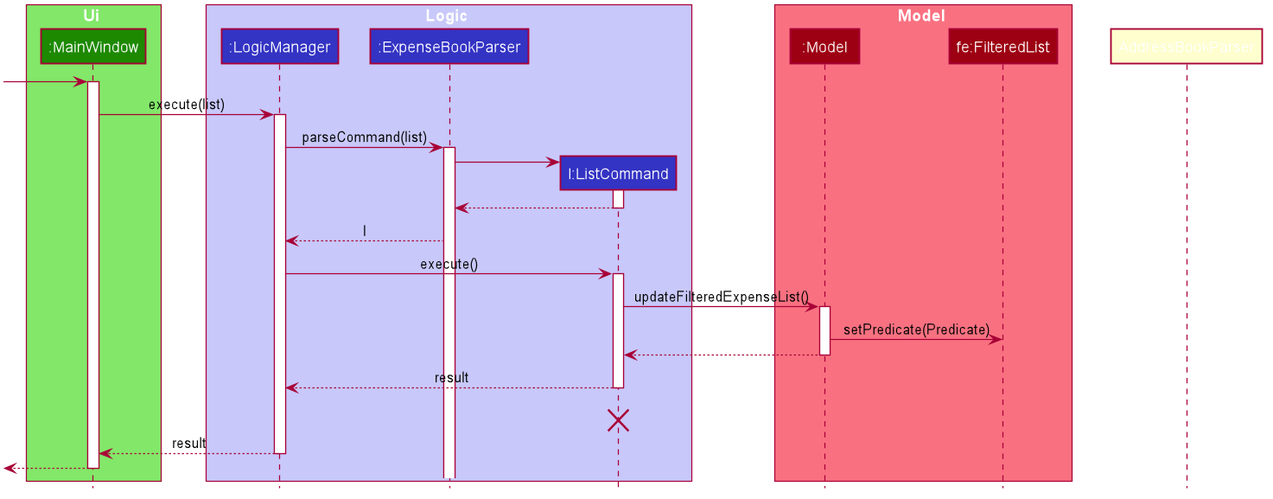
yyutong/tp keeps this PlantUML diagram as docs/images/ListSequenceDiagram.png. Above is the earlier version.
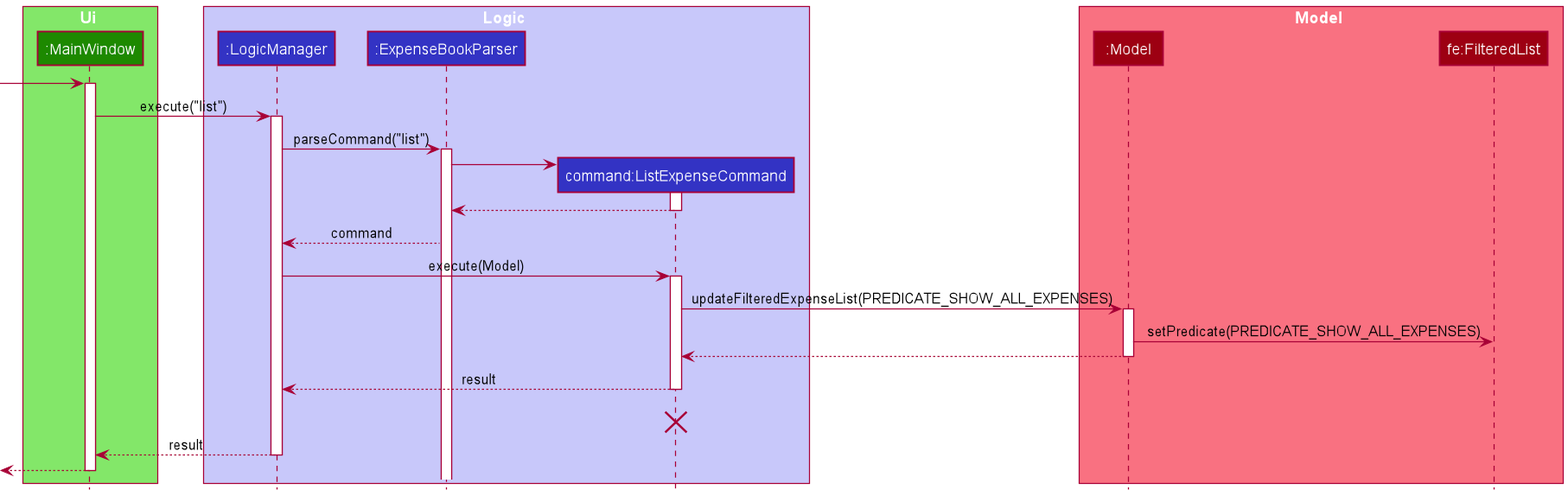
After the change.

Commit message:
Add filter and list implementation to DG

Change to the diagram source:
```diff
@@ -1,103 +1,55 @@
 @startuml
-
-
-
-
-
-
-
-
-skinparam BackgroundColor #FFFFFFF
-
-skinparam Shadowing false
-
-skinparam Class {
-    FontColor #FFFFFF
-    BorderThickness 1
-    BorderColor #FFFFFF
-    StereotypeFontColor #FFFFFF
-    FontName Arial
-}
-
-skinparam Actor {
-    BorderColor #000000
-    Color #000000
-    FontName Arial
-}
-
-skinparam Sequence {
-    MessageAlign center
-    BoxFontSize 15
-    BoxPadding 0
-    BoxFontColor #FFFFFF
-    FontName Arial
-}
-
-skinparam Participant {
-    FontColor #FFFFFFF
-    Padding 20
-}
-
-skinparam MinClassWidth 50
-skinparam ParticipantPadding 10
-skinparam Shadowing false
-skinparam DefaultTextAlignment center
-skinparam packageStyle Rectangle
-
-hide footbox
-hide members
-hide circle
+!include style.puml
 skinparam BoxPadding 20
 
-box Ui #83E769
-participant ":MainWindow" as MainWindow #1D8900
+box Ui UI_COLOR_T1
+participant ":MainWindow" as MainWindow UI_COLOR
 end box
 
-box Logic #C8C8FA
-participant ":LogicManager" as LogicManager #3333C4
-participant ":ExpenseBookParser" as ExpenseBookParser #3333C4
-participant "l:ListCommand" as ListCommand #3333C4
+box Logic LOGIC_COLOR_T1
+participant ":LogicManager" as LogicManager LOGIC_COLOR
+participant ":ExpenseBookParser" as ExpenseBookParser LOGIC_COLOR
+participant "command:ListExpenseCommand" as ListExpenseCommand LOGIC_COLOR
 end box
 
-box Model #F97181
-participant ":Model" as Model #9D0012
-participant "fe:FilteredList" as FilteredList #9D0012
+box Model MODEL_COLOR_T1
+participant ":Model" as Model MODEL_COLOR
+participant "fe:FilteredList" as FilteredList MODEL_COLOR
 end box
 
 [-> MainWindow
 activate MainWindow
 
-MainWindow -> LogicManager : execute(list)
+MainWindow -> LogicManager : execute("list")
 activate LogicManager
 
-LogicManager -> ExpenseBookParser : parseCommand(list)
+LogicManager -> ExpenseBookParser : parseCommand("list")
 activate ExpenseBookParser
 
-create ListCommand
-ExpenseBookParser -> ListCommand
-activate ListCommand
+create ListExpenseCommand
+ExpenseBookParser -> ListExpenseCommand
+activate ListExpenseCommand
 
-ListCommand --> ExpenseBookParser
-deactivate ListCommand
+ListExpenseCommand --> ExpenseBookParser
+deactivate ListExpenseCommand
 
-ExpenseBookParser --> LogicManager : l
-deactivate AddressBookParser
+ExpenseBookParser --> LogicManager : command
 
-LogicManager -> ListCommand : execute()
-activate ListCommand
+LogicManager -> ListExpenseCommand : execute(Model)
+activate ListExpenseCommand
 
-ListCommand -> Model : updateFilteredExpenseList()
+ListExpenseCommand -> Model : updateFilteredExpenseList(PREDICATE_SHOW_ALL_EXPENSES)
 activate Model
 
-Model -> FilteredList : setPredicate(Predicate)
+Model -> FilteredList : setPredicate(PREDICATE_SHOW_ALL_EXPENSES)
 
-Model --> ListCommand
+Model --> ListExpenseCommand
 deactivate Model
 
-ListCommand --> LogicManager : result
-deactivate ListCommand
-ListCommand -[hidden]-> LogicManager : result
-destroy ListCommand
+ListExpenseCommand --> LogicManager : result
+deactivate ListExpenseCommand
+ListExpenseCommand -[hidden]-> LogicManager : result
+destroy ListExpenseCommand
 
 MainWindow <--LogicManager : result
 deactivate LogicManager
```
